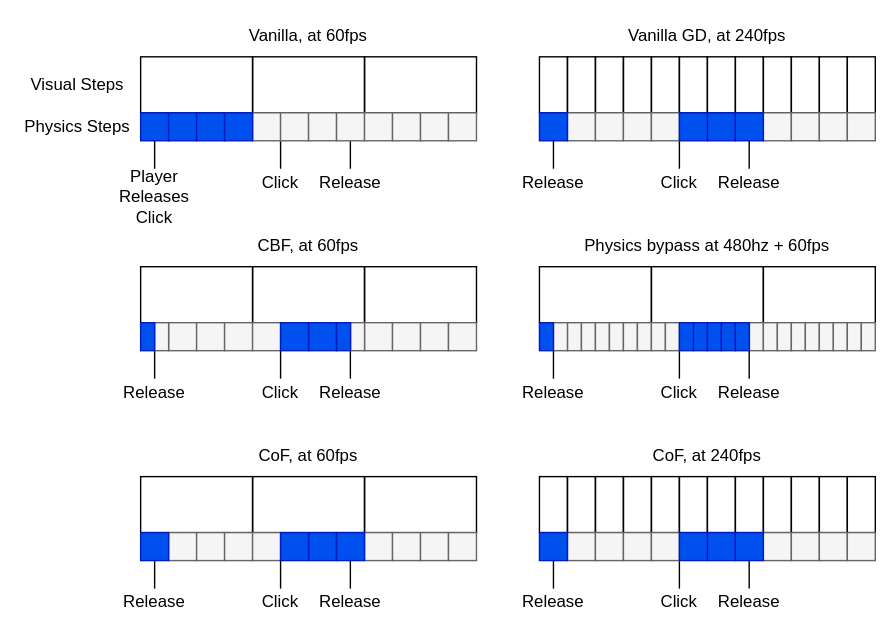
Before: input_comparison.drawio.svg, a diagram exported from draw.io (qimiko/click-on-steps). Source tidied: cells renumbered, new cells last; positions are measured from the earlier drawing's top-left corner, leaving out a move shared by most shapes.
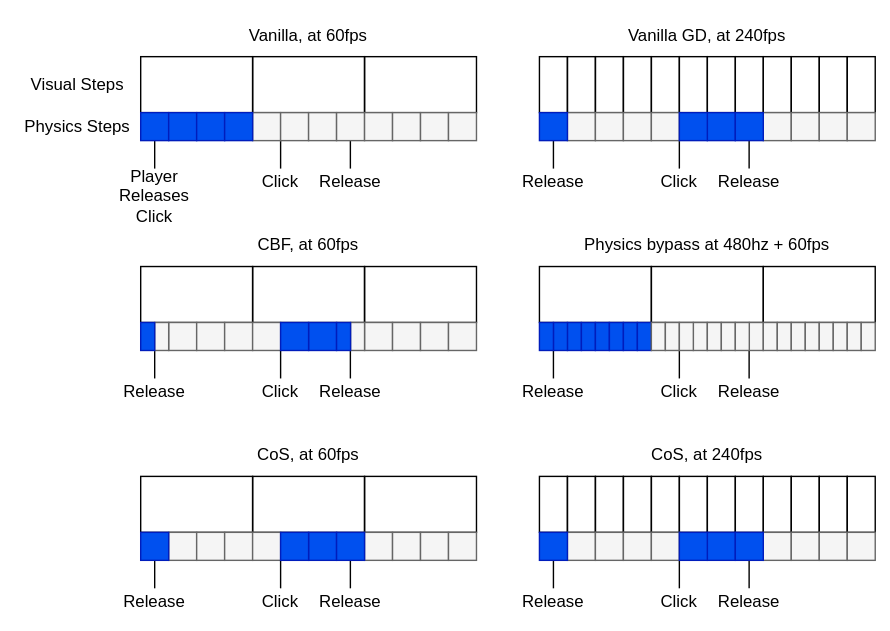
Above is the later version.

The edit, as a diff of the source:
```diff
@@ -128,7 +128,7 @@
     <mxCell id="37" style="rounded=0;whiteSpace=wrap;html=1;fillColor=none;" parent="1" vertex="1">
       <mxGeometry x="250" y="330" width="80" height="40" as="geometry" />
     </mxCell>
-    <mxCell id="38" value="CoF, at 60fps" style="text;html=1;strokeColor=none;fillColor=none;align=center;verticalAlign=middle;whiteSpace=wrap;rounded=0;" parent="1" vertex="1">
+    <mxCell id="38" value="CoS, at 60fps" style="text;html=1;strokeColor=none;fillColor=none;align=center;verticalAlign=middle;whiteSpace=wrap;rounded=0;" parent="1" vertex="1">
       <mxGeometry x="150" y="300" width="120" height="30" as="geometry" />
     </mxCell>
     <mxCell id="39" style="rounded=0;whiteSpace=wrap;html=1;fillColor=#f5f5f5;strokeColor=#666666;fontColor=#333333;" parent="1" vertex="1">
@@ -332,37 +332,37 @@
     <mxCell id="99" style="rounded=0;whiteSpace=wrap;html=1;fillColor=#f5f5f5;strokeColor=#666666;fontColor=#333333;" parent="1" vertex="1">
       <mxGeometry x="595" y="70" width="20" height="20" as="geometry" />
     </mxCell>
-    <mxCell id="100" style="rounded=0;whiteSpace=wrap;html=1;fillColor=#f5f5f5;strokeColor=#666666;fontColor=#333333;" parent="1" vertex="1">
+    <mxCell id="100" style="rounded=0;whiteSpace=wrap;html=1;fillColor=#0050ef;strokeColor=#001DBC;fontColor=#ffffff;" parent="1" vertex="1">
       <mxGeometry x="395" y="220" width="10" height="20" as="geometry" />
     </mxCell>
-    <mxCell id="101" style="rounded=0;whiteSpace=wrap;html=1;fillColor=#f5f5f5;strokeColor=#666666;fontColor=#333333;" parent="1" vertex="1">
+    <mxCell id="101" style="rounded=0;whiteSpace=wrap;html=1;fillColor=#0050ef;strokeColor=#001DBC;fontColor=#ffffff;" parent="1" vertex="1">
       <mxGeometry x="385" y="220" width="10" height="20" as="geometry" />
     </mxCell>
-    <mxCell id="102" style="rounded=0;whiteSpace=wrap;html=1;fillColor=#f5f5f5;strokeColor=#666666;fontColor=#333333;" parent="1" vertex="1">
+    <mxCell id="102" style="rounded=0;whiteSpace=wrap;html=1;fillColor=#0050ef;strokeColor=#001DBC;fontColor=#ffffff;" parent="1" vertex="1">
       <mxGeometry x="405" y="220" width="10" height="20" as="geometry" />
     </mxCell>
-    <mxCell id="103" style="rounded=0;whiteSpace=wrap;html=1;fillColor=#f5f5f5;strokeColor=#666666;fontColor=#333333;" parent="1" vertex="1">
+    <mxCell id="103" style="rounded=0;whiteSpace=wrap;html=1;fillColor=#0050ef;strokeColor=#001DBC;fontColor=#ffffff;" parent="1" vertex="1">
       <mxGeometry x="415" y="220" width="10" height="20" as="geometry" />
     </mxCell>
-    <mxCell id="104" style="rounded=0;whiteSpace=wrap;html=1;fillColor=#f5f5f5;strokeColor=#666666;fontColor=#333333;" parent="1" vertex="1">
+    <mxCell id="104" style="rounded=0;whiteSpace=wrap;html=1;fillColor=#0050ef;strokeColor=#001DBC;fontColor=#ffffff;" parent="1" vertex="1">
       <mxGeometry x="425" y="220" width="10" height="20" as="geometry" />
     </mxCell>
-    <mxCell id="105" style="rounded=0;whiteSpace=wrap;html=1;fillColor=#f5f5f5;strokeColor=#666666;fontColor=#333333;" parent="1" vertex="1">
+    <mxCell id="105" style="rounded=0;whiteSpace=wrap;html=1;fillColor=#0050ef;strokeColor=#001DBC;fontColor=#ffffff;" parent="1" vertex="1">
       <mxGeometry x="435" y="220" width="10" height="20" as="geometry" />
     </mxCell>
-    <mxCell id="106" style="rounded=0;whiteSpace=wrap;html=1;fillColor=#f5f5f5;strokeColor=#666666;fontColor=#333333;" parent="1" vertex="1">
+    <mxCell id="106" style="rounded=0;whiteSpace=wrap;html=1;fillColor=#0050ef;strokeColor=#001DBC;fontColor=#ffffff;" parent="1" vertex="1">
       <mxGeometry x="445" y="220" width="10" height="20" as="geometry" />
     </mxCell>
     <mxCell id="107" style="rounded=0;whiteSpace=wrap;html=1;fillColor=#f5f5f5;strokeColor=#666666;fontColor=#333333;" parent="1" vertex="1">
       <mxGeometry x="455" y="220" width="10" height="20" as="geometry" />
     </mxCell>
-    <mxCell id="108" style="rounded=0;whiteSpace=wrap;html=1;fillColor=#0050ef;strokeColor=#001DBC;fontColor=#ffffff;" parent="1" vertex="1">
+    <mxCell id="108" style="rounded=0;whiteSpace=wrap;html=1;fillColor=#f5f5f5;strokeColor=#666666;fontColor=#333333;" parent="1" vertex="1">
       <mxGeometry x="485" y="220" width="10" height="20" as="geometry" />
     </mxCell>
-    <mxCell id="109" style="rounded=0;whiteSpace=wrap;html=1;fillColor=#0050ef;strokeColor=#001DBC;fontColor=#ffffff;" parent="1" vertex="1">
+    <mxCell id="109" style="rounded=0;whiteSpace=wrap;html=1;fillColor=#f5f5f5;strokeColor=#666666;fontColor=#333333;" parent="1" vertex="1">
       <mxGeometry x="495" y="220" width="10" height="20" as="geometry" />
     </mxCell>
-    <mxCell id="110" style="rounded=0;whiteSpace=wrap;html=1;fillColor=#0050ef;strokeColor=#001DBC;fontColor=#ffffff;" parent="1" vertex="1">
+    <mxCell id="110" style="rounded=0;whiteSpace=wrap;html=1;fillColor=#f5f5f5;strokeColor=#666666;fontColor=#333333;" parent="1" vertex="1">
       <mxGeometry x="505" y="220" width="10" height="20" as="geometry" />
     </mxCell>
     <mxCell id="111" style="rounded=0;whiteSpace=wrap;html=1;fillColor=#f5f5f5;strokeColor=#666666;fontColor=#333333;" parent="1" vertex="1">
@@ -413,7 +413,7 @@
     <mxCell id="123" style="rounded=0;whiteSpace=wrap;html=1;fillColor=none;" parent="1" vertex="1">
       <mxGeometry x="375" y="330" width="20" height="40" as="geometry" />
     </mxCell>
-    <mxCell id="124" value="CoF, at 240fps" style="text;html=1;strokeColor=none;fillColor=none;align=center;verticalAlign=middle;whiteSpace=wrap;rounded=0;" parent="1" vertex="1">
+    <mxCell id="124" value="CoS, at 240fps" style="text;html=1;strokeColor=none;fillColor=none;align=center;verticalAlign=middle;whiteSpace=wrap;rounded=0;" parent="1" vertex="1">
       <mxGeometry x="435" y="300" width="120" height="30" as="geometry" />
     </mxCell>
     <mxCell id="125" style="endArrow=none;html=1;rounded=0;entryX=1;entryY=1;entryDx=0;entryDy=0;" parent="1" edge="1">
@@ -500,7 +500,7 @@
     <mxCell id="149" style="rounded=0;whiteSpace=wrap;html=1;fillColor=#f5f5f5;strokeColor=#666666;fontColor=#333333;" parent="1" vertex="1">
       <mxGeometry x="595" y="370" width="20" height="20" as="geometry" />
     </mxCell>
-    <mxCell id="150" style="rounded=0;whiteSpace=wrap;html=1;fillColor=#0050ef;strokeColor=#001DBC;fontColor=#ffffff;" parent="1" vertex="1">
+    <mxCell id="150" style="rounded=0;whiteSpace=wrap;html=1;fillColor=#f5f5f5;strokeColor=#666666;fontColor=#333333;" parent="1" vertex="1">
       <mxGeometry x="515" y="220" width="10" height="20" as="geometry" />
     </mxCell>
     <mxCell id="151" style="rounded=0;whiteSpace=wrap;html=1;fillColor=#f5f5f5;strokeColor=#666666;fontColor=#333333;" parent="1" vertex="1">
@@ -521,7 +521,7 @@
     <mxCell id="156" style="rounded=0;whiteSpace=wrap;html=1;shadow=0;fillColor=#0050ef;strokeColor=#001DBC;fontColor=#ffffff;" parent="1" vertex="1">
       <mxGeometry x="375" y="370" width="20" height="20" as="geometry" />
     </mxCell>
-    <mxCell id="157" style="rounded=0;whiteSpace=wrap;html=1;fillColor=#0050ef;strokeColor=#001DBC;fontColor=#ffffff;" parent="1" vertex="1">
+    <mxCell id="157" style="rounded=0;whiteSpace=wrap;html=1;fillColor=#f5f5f5;strokeColor=#666666;fontColor=#333333;" parent="1" vertex="1">
       <mxGeometry x="475" y="220" width="10" height="20" as="geometry" />
     </mxCell>
     <mxCell id="158" style="rounded=0;whiteSpace=wrap;html=1;fillColor=#0050ef;strokeColor=#001DBC;fontColor=#ffffff;" parent="1" vertex="1">
```
